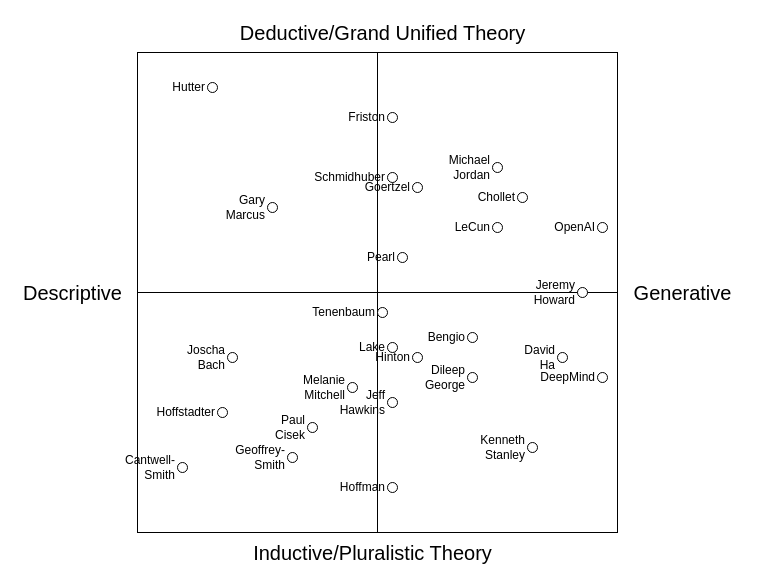
Earlier version of the draw.io diagram agenda_preference.drawio (codeaudit/1). Source tidied: cells renumbered, new cells numbered last; positions are measured from the earlier drawing's top-left corner, leaving out a move shared by most shapes. Both pictures are drawn from the tidied source at 100%, with x=0, y=0 at pixel (17, 17).
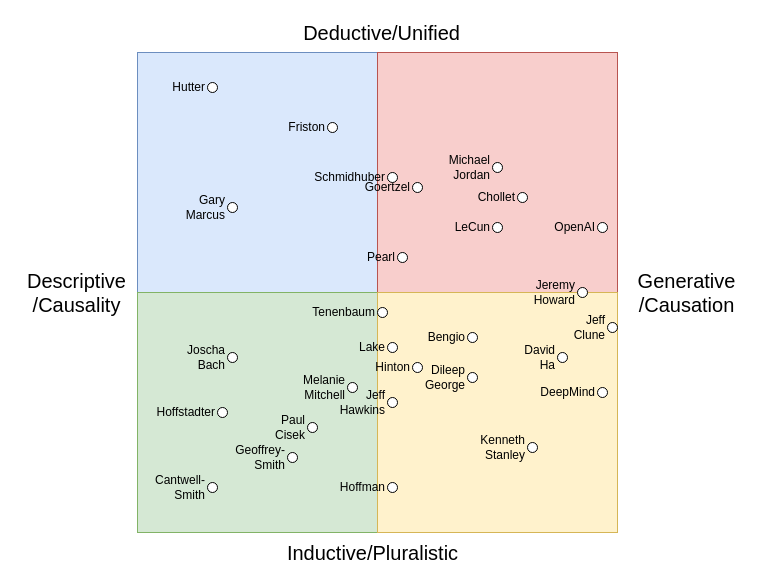
The same page after the edit.

The edit, as a diff of the source:
```diff
@@
-    <mxCell id="2" style="whiteSpace=wrap;html=1;" parent="1" vertex="1">
+    <mxCell id="2" style="whiteSpace=wrap;html=1;fillColor=#dae8fc;strokeColor=#6c8ebf;" parent="1" vertex="1">
       <mxGeometry x="120" y="35" width="240" height="240" as="geometry" />
     </mxCell>
-    <mxCell id="3" style="whiteSpace=wrap;html=1;" parent="1" vertex="1">
+    <mxCell id="3" style="whiteSpace=wrap;html=1;fillColor=#f8cecc;strokeColor=#b85450;" parent="1" vertex="1">
       <mxGeometry x="360" y="35" width="240" height="240" as="geometry" />
     </mxCell>
-    <mxCell id="4" style="whiteSpace=wrap;html=1;" parent="1" vertex="1">
+    <mxCell id="4" style="whiteSpace=wrap;html=1;fillColor=#d5e8d4;strokeColor=#82b366;" parent="1" vertex="1">
       <mxGeometry x="120" y="275" width="240" height="240" as="geometry" />
     </mxCell>
-    <mxCell id="5" style="whiteSpace=wrap;html=1;" parent="1" vertex="1">
+    <mxCell id="5" style="whiteSpace=wrap;html=1;fillColor=#fff2cc;strokeColor=#d6b656;" parent="1" vertex="1">
       <mxGeometry x="360" y="275" width="240" height="240" as="geometry" />
     </mxCell>
-    <mxCell id="6" value="Inductive/Pluralistic Theory" style="text;html=1;align=center;verticalAlign=middle;fontSize=20;" parent="1" vertex="1">
-      <mxGeometry x="230" y="520" width="250" height="30" as="geometry" />
+    <mxCell id="6" value="Inductive/Pluralistic" style="text;html=1;align=center;verticalAlign=middle;fontSize=20;" parent="1" vertex="1">
+      <mxGeometry x="260" y="520" width="190" height="30" as="geometry" />
     </mxCell>
-    <mxCell id="7" value="Deductive/Grand Unified Theory" style="text;html=1;align=center;verticalAlign=middle;fontSize=20;" parent="1" vertex="1">
-      <mxGeometry x="215" width="300" height="30" as="geometry" />
+    <mxCell id="7" value="Deductive/Unified" style="text;html=1;align=center;verticalAlign=middle;fontSize=20;" parent="1" vertex="1">
+      <mxGeometry x="279" width="170" height="30" as="geometry" />
     </mxCell>
-    <mxCell id="8" value="Generative" style="text;html=1;align=center;verticalAlign=middle;fontSize=20;" parent="1" vertex="1">
-      <mxGeometry x="610" y="260" width="110" height="30" as="geometry" />
+    <mxCell id="8" value="Generative&lt;br&gt;/Causation" style="text;html=1;align=center;verticalAlign=middle;fontSize=20;" parent="1" vertex="1">
+      <mxGeometry x="614" y="250" width="110" height="50" as="geometry" />
     </mxCell>
-    <mxCell id="9" value="Descriptive" style="text;html=1;align=center;verticalAlign=middle;fontSize=20;" parent="1" vertex="1">
-      <mxGeometry y="260" width="110" height="30" as="geometry" />
+    <mxCell id="9" value="Descriptive&lt;br&gt;/Causality" style="text;html=1;align=center;verticalAlign=middle;fontSize=20;" parent="1" vertex="1">
+      <mxGeometry x="4" y="250" width="110" height="50" as="geometry" />
     </mxCell>
@@
     <mxCell id="13" value="Gary&lt;br&gt;Marcus" style="ellipse;whiteSpace=wrap;html=1;fontSize=12;labelPosition=left;verticalLabelPosition=middle;align=right;verticalAlign=middle;" parent="1" vertex="1">
-      <mxGeometry x="250" y="185" width="10" height="10" as="geometry" />
+      <mxGeometry x="210" y="185" width="10" height="10" as="geometry" />
     </mxCell>
@@
     <mxCell id="15" value="Hinton" style="ellipse;whiteSpace=wrap;html=1;fontSize=12;labelPosition=left;verticalLabelPosition=middle;align=right;verticalAlign=middle;" parent="1" vertex="1">
-      <mxGeometry x="395" y="335" width="10" height="10" as="geometry" />
+      <mxGeometry x="395" y="345" width="10" height="10" as="geometry" />
     </mxCell>
@@
     <mxCell id="28" value="DeepMind" style="ellipse;whiteSpace=wrap;html=1;fontSize=12;labelPosition=left;verticalLabelPosition=middle;align=right;verticalAlign=middle;" parent="1" vertex="1">
-      <mxGeometry x="580" y="355" width="10" height="10" as="geometry" />
+      <mxGeometry x="580" y="370" width="10" height="10" as="geometry" />
     </mxCell>
@@
     <mxCell id="30" value="Cantwell-Smith" style="ellipse;whiteSpace=wrap;html=1;fontSize=12;labelPosition=left;verticalLabelPosition=middle;align=right;verticalAlign=middle;" parent="1" vertex="1">
-      <mxGeometry x="160" y="445" width="10" height="10" as="geometry" />
+      <mxGeometry x="190" y="465" width="10" height="10" as="geometry" />
     </mxCell>
@@
     <mxCell id="36" value="Friston" style="ellipse;whiteSpace=wrap;html=1;fontSize=12;labelPosition=left;verticalLabelPosition=middle;align=right;verticalAlign=middle;" parent="1" vertex="1">
-      <mxGeometry x="370" y="95" width="10" height="10" as="geometry" />
+      <mxGeometry x="310" y="105" width="10" height="10" as="geometry" />
     </mxCell>
+    <mxCell id="37" value="Jeff&lt;br&gt;Clune" style="ellipse;whiteSpace=wrap;html=1;fontSize=12;labelPosition=left;verticalLabelPosition=middle;align=right;verticalAlign=middle;" parent="1" vertex="1">
+      <mxGeometry x="590" y="305" width="10" height="10" as="geometry" />
+    </mxCell>
```
